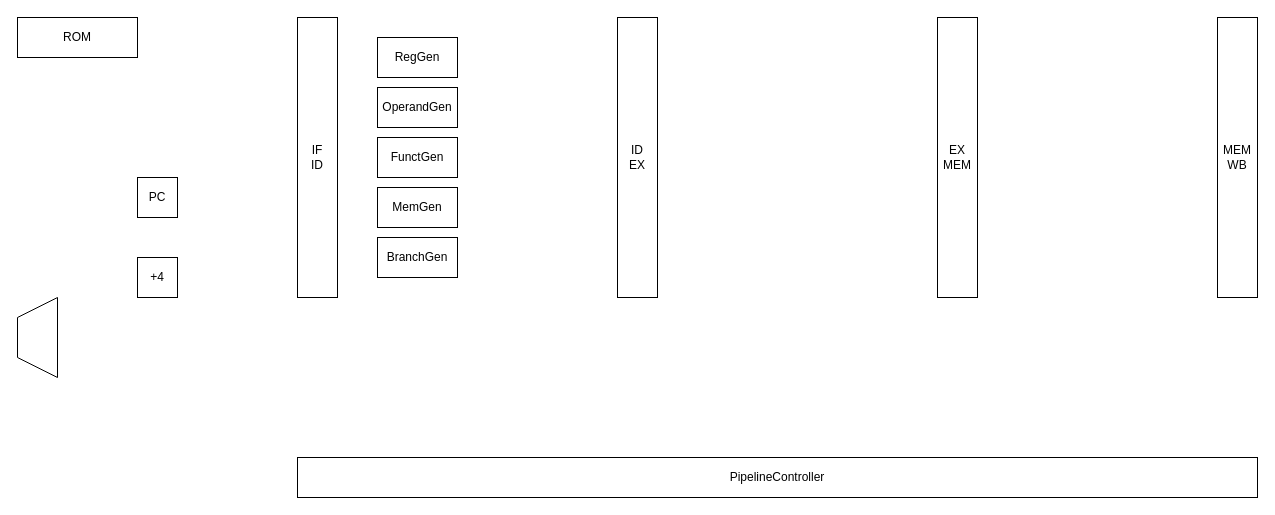
Above: TinyMIPS.drawio in umiskky/Diagrams (draw.io), before the change. Source tidied: cells renumbered, new cells numbered last; positions are measured from the earlier drawing's top-left corner, leaving out a move shared by most shapes. Both pictures are drawn from the tidied source at 100%, with x=0, y=0 at pixel (17, 17).
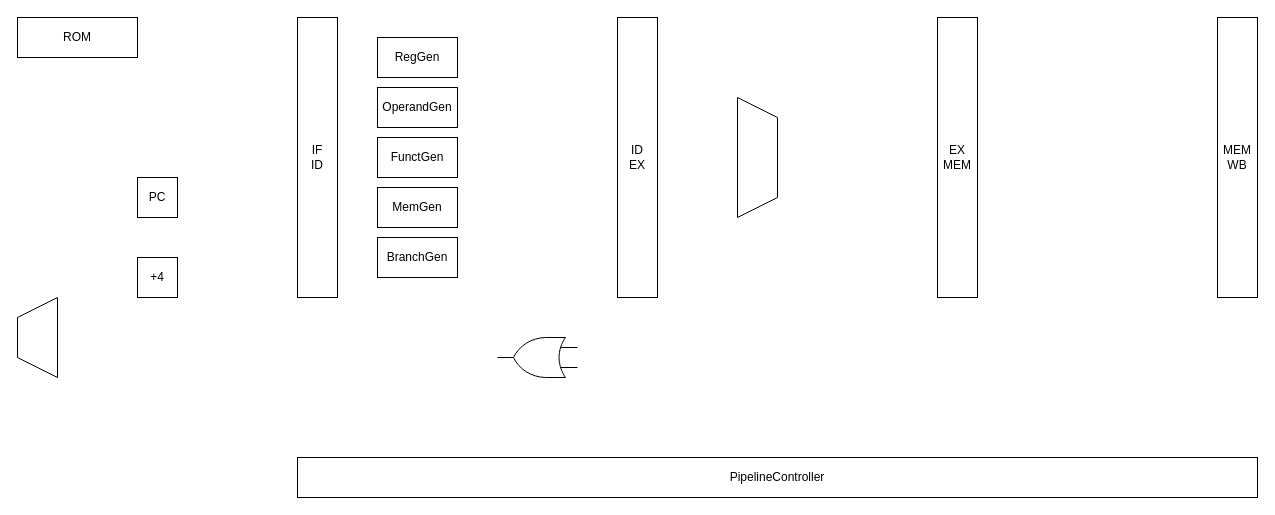
Above is the later version.

The edit, as a diff of the source:
```diff
@@
 <mxGraphModel>
   <root>
     <mxCell id="0" />
     <mxCell id="1" parent="0" />
     <mxCell id="2" value="ROM" style="rounded=0;whiteSpace=wrap;html=1;" parent="1" vertex="1">
       <mxGeometry width="120" height="40" as="geometry" />
     </mxCell>
     <mxCell id="3" value="PC" style="rounded=0;whiteSpace=wrap;html=1;" parent="1" vertex="1">
       <mxGeometry x="120" y="160" width="40" height="40" as="geometry" />
     </mxCell>
     <mxCell id="4" style="shape=trapezoid;perimeter=trapezoidPerimeter;whiteSpace=wrap;html=1;fixedSize=1;direction=north;" parent="1" vertex="1">
       <mxGeometry y="280" width="40" height="80" as="geometry" />
     </mxCell>
     <mxCell id="5" value="+4" style="whiteSpace=wrap;html=1;" parent="1" vertex="1">
       <mxGeometry x="120" y="240" width="40" height="40" as="geometry" />
     </mxCell>
     <mxCell id="6" value="IF&lt;br&gt;ID" style="rounded=0;whiteSpace=wrap;html=1;" parent="1" vertex="1">
       <mxGeometry x="280" width="40" height="280" as="geometry" />
     </mxCell>
     <mxCell id="7" value="ID&lt;br&gt;EX" style="rounded=0;whiteSpace=wrap;html=1;" parent="1" vertex="1">
       <mxGeometry x="600" width="40" height="280" as="geometry" />
     </mxCell>
     <mxCell id="8" value="EX&lt;br&gt;MEM" style="rounded=0;whiteSpace=wrap;html=1;" parent="1" vertex="1">
       <mxGeometry x="920" width="40" height="280" as="geometry" />
     </mxCell>
     <mxCell id="9" value="MEM&lt;br&gt;WB" style="rounded=0;whiteSpace=wrap;html=1;" parent="1" vertex="1">
       <mxGeometry x="1200" width="40" height="280" as="geometry" />
     </mxCell>
     <mxCell id="10" value="PipelineController" style="rounded=0;whiteSpace=wrap;html=1;" parent="1" vertex="1">
       <mxGeometry x="280" y="440" width="960" height="40" as="geometry" />
     </mxCell>
     <mxCell id="11" value="RegGen" style="rounded=0;whiteSpace=wrap;html=1;" parent="1" vertex="1">
       <mxGeometry x="360" y="20" width="80" height="40" as="geometry" />
     </mxCell>
     <mxCell id="12" value="&lt;span&gt;OperandGen&lt;/span&gt;" style="rounded=0;whiteSpace=wrap;html=1;" parent="1" vertex="1">
       <mxGeometry x="360" y="70" width="80" height="40" as="geometry" />
     </mxCell>
     <mxCell id="13" value="FunctGen" style="rounded=0;whiteSpace=wrap;html=1;" parent="1" vertex="1">
       <mxGeometry x="360" y="120" width="80" height="40" as="geometry" />
     </mxCell>
     <mxCell id="14" value="MemGen" style="rounded=0;whiteSpace=wrap;html=1;" parent="1" vertex="1">
       <mxGeometry x="360" y="170" width="80" height="40" as="geometry" />
     </mxCell>
     <mxCell id="15" value="BranchGen" style="rounded=0;whiteSpace=wrap;html=1;" parent="1" vertex="1">
       <mxGeometry x="360" y="220" width="80" height="40" as="geometry" />
     </mxCell>
+    <mxCell id="16" style="verticalLabelPosition=bottom;shadow=0;dashed=0;align=center;html=1;verticalAlign=top;shape=mxgraph.electrical.logic_gates.logic_gate;operation=or;direction=west;" parent="1" vertex="1">
+      <mxGeometry x="480" y="320" width="80" height="40" as="geometry" />
+    </mxCell>
+    <mxCell id="17" style="shape=trapezoid;perimeter=trapezoidPerimeter;whiteSpace=wrap;html=1;fixedSize=1;direction=south;" parent="1" vertex="1">
+      <mxGeometry x="720" y="80" width="40" height="120" as="geometry" />
+    </mxCell>
   </root>
 </mxGraphModel>
```
